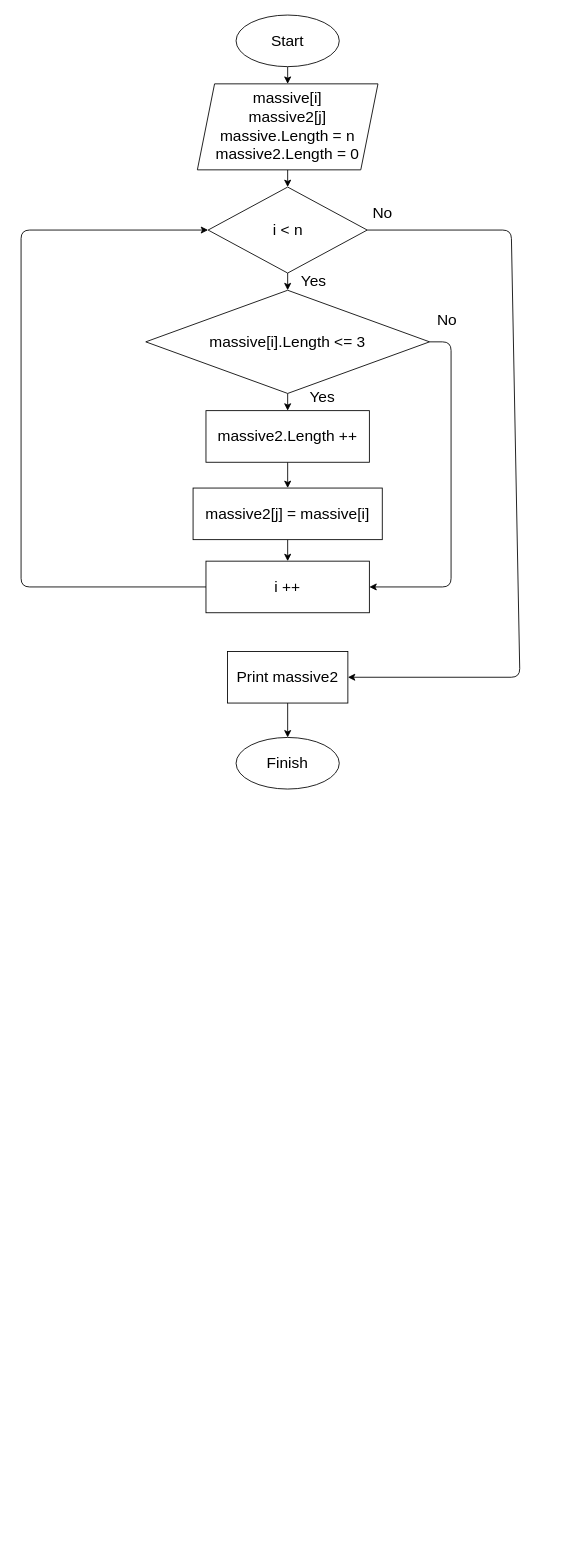
Before: blockDiagram.drawio in AndreiPolyanskiy/Control, a draw.io diagram. Source tidied: cells renumbered, new cells numbered last; positions are measured from the earlier drawing's top-left corner, leaving out a move shared by most shapes. Both pictures are drawn from the tidied source at 86%, with x=0, y=0 at pixel (21, 15).
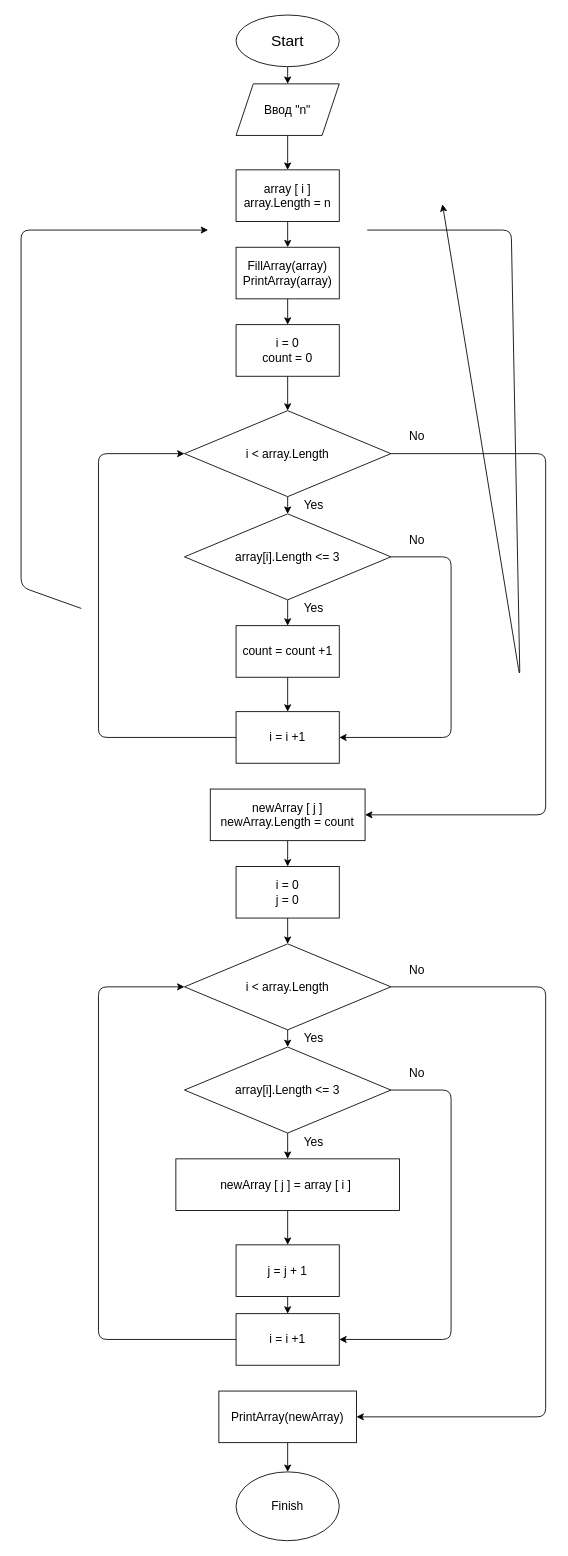
After the change.

Commit message:
Доработана блок схема к задаче

The change refers to these unchanged cells:
```xml
<mxCell id="3" value="&lt;font style=&quot;font-size: 18px&quot;&gt;Start&lt;/font&gt;" style="ellipse;whiteSpace=wrap;html=1;" parent="1" vertex="1">
  <mxGeometry x="250" width="120" height="60" as="geometry" />
</mxCell>
```

Diff of the diagram source:
```diff
@@
-    <mxCell id="2" style="edgeStyle=none;html=1;fontSize=18;" parent="1" edge="1" source="3" target="5">
-      <mxGeometry relative="1" as="geometry" />
+    <mxCell id="2" style="edgeStyle=none;html=1;fontSize=18;" parent="1" edge="1" source="3">
+      <mxGeometry relative="1" as="geometry">
+        <mxPoint x="310" y="80" as="targetPoint" />
+      </mxGeometry>
     </mxCell>
@@
-    <mxCell id="4" style="edgeStyle=none;html=1;fontSize=18;" parent="1" edge="1" source="5" target="7">
-      <mxGeometry relative="1" as="geometry" />
-    </mxCell>
-    <mxCell id="5" value="massive[i]&lt;br&gt;massive2[j]&lt;br&gt;massive.Length = n&lt;br&gt;massive2.Length = 0" style="shape=parallelogram;perimeter=parallelogramPerimeter;whiteSpace=wrap;html=1;fixedSize=1;fontSize=18;" parent="1" vertex="1">
-      <mxGeometry x="205" y="80" width="210" height="100" as="geometry" />
-    </mxCell>
-    <mxCell id="6" style="edgeStyle=none;html=1;fontSize=18;" parent="1" edge="1" source="7" target="9">
-      <mxGeometry relative="1" as="geometry" />
-    </mxCell>
-    <mxCell id="7" value="i &amp;lt; n" style="rhombus;whiteSpace=wrap;html=1;fontSize=18;" parent="1" vertex="1">
-      <mxGeometry x="217.5" y="200" width="185" height="100" as="geometry" />
-    </mxCell>
-    <mxCell id="8" style="edgeStyle=none;html=1;fontSize=18;" parent="1" edge="1" source="9" target="13">
-      <mxGeometry relative="1" as="geometry" />
-    </mxCell>
-    <mxCell id="9" value="&lt;span&gt;massive[i].Length &amp;lt;= 3&lt;/span&gt;" style="rhombus;whiteSpace=wrap;html=1;fontSize=18;" parent="1" vertex="1">
-      <mxGeometry x="145" y="320" width="330" height="120" as="geometry" />
-    </mxCell>
-    <mxCell id="10" style="edgeStyle=none;html=1;fontSize=18;" parent="1" edge="1" source="11" target="14">
-      <mxGeometry relative="1" as="geometry" />
-    </mxCell>
-    <mxCell id="11" value="&lt;span&gt;massive2[j] =&amp;nbsp;&lt;/span&gt;massive[i]" style="rounded=0;whiteSpace=wrap;html=1;fontSize=18;" parent="1" vertex="1">
-      <mxGeometry x="200" y="550" width="220" height="60" as="geometry" />
-    </mxCell>
-    <mxCell id="12" style="edgeStyle=none;html=1;fontSize=18;" parent="1" edge="1" source="13">
-      <mxGeometry relative="1" as="geometry">
-        <mxPoint x="310" y="550" as="targetPoint" />
-      </mxGeometry>
-    </mxCell>
-    <mxCell id="13" value="&lt;span&gt;massive2.Length ++&lt;/span&gt;" style="rounded=0;whiteSpace=wrap;html=1;fontSize=18;" parent="1" vertex="1">
-      <mxGeometry x="215" y="460" width="190" height="60" as="geometry" />
-    </mxCell>
-    <mxCell id="14" value="&lt;span&gt;i ++&lt;/span&gt;" style="rounded=0;whiteSpace=wrap;html=1;fontSize=18;" parent="1" vertex="1">
-      <mxGeometry x="215" y="635" width="190" height="60" as="geometry" />
-    </mxCell>
-    <mxCell id="15" style="edgeStyle=none;html=1;fontSize=18;" parent="1" edge="1" source="16" target="24">
-      <mxGeometry relative="1" as="geometry" />
-    </mxCell>
-    <mxCell id="16" value="Print massive2" style="rounded=0;whiteSpace=wrap;html=1;fontSize=18;" parent="1" vertex="1">
-      <mxGeometry x="240" y="740" width="140" height="60" as="geometry" />
-    </mxCell>
-    <mxCell id="17" style="endArrow=classic;html=1;fontSize=18;exitX=1;exitY=0.5;exitDx=0;exitDy=0;entryX=1;entryY=0.5;entryDx=0;entryDy=0;" parent="1" edge="1" source="7" target="16">
+    <mxCell id="17" style="endArrow=classic;html=1;fontSize=18;exitX=1;exitY=0.5;exitDx=0;exitDy=0;entryX=1;entryY=0.5;entryDx=0;entryDy=0;" parent="1" edge="1">
       <mxGeometry relative="1" as="geometry">
+        <mxPoint x="402.5" y="250" as="sourcePoint" />
+        <mxPoint x="490" y="220" as="targetPoint" />
         <Array as="points">
           <mxPoint x="570" y="250" />
           <mxPoint x="580" y="770" />
         </Array>
       </mxGeometry>
     </mxCell>
-    <mxCell id="18" style="endArrow=classic;html=1;fontSize=18;exitX=0;exitY=0.5;exitDx=0;exitDy=0;entryX=0;entryY=0.5;entryDx=0;entryDy=0;" parent="1" edge="1" source="14" target="7">
+    <mxCell id="18" style="endArrow=classic;html=1;fontSize=18;exitX=0;exitY=0.5;exitDx=0;exitDy=0;entryX=0;entryY=0.5;entryDx=0;entryDy=0;" parent="1" edge="1">
       <mxGeometry relative="1" as="geometry">
+        <mxPoint x="70" y="690" as="sourcePoint" />
+        <mxPoint x="217.5" y="250" as="targetPoint" />
         <Array as="points">
           <mxPoint y="665" />
           <mxPoint y="250" />
         </Array>
       </mxGeometry>
     </mxCell>
-    <mxCell id="19" value="Yes" style="text;html=1;align=center;verticalAlign=middle;strokeColor=none;fillColor=none;fontSize=18;" parent="1" vertex="1">
-      <mxGeometry x="320" y="295" width="40" height="30" as="geometry" />
-    </mxCell>
-    <mxCell id="20" value="No" style="text;html=1;align=center;verticalAlign=middle;strokeColor=none;fillColor=none;fontSize=18;" parent="1" vertex="1">
-      <mxGeometry x="400" y="215" width="40" height="30" as="geometry" />
-    </mxCell>
-    <mxCell id="21" value="Yes" style="text;html=1;align=center;verticalAlign=middle;strokeColor=none;fillColor=none;fontSize=18;" parent="1" vertex="1">
-      <mxGeometry x="330" y="430" width="40" height="30" as="geometry" />
-    </mxCell>
-    <mxCell id="22" style="endArrow=classic;html=1;fontSize=18;exitX=1;exitY=0.5;exitDx=0;exitDy=0;entryX=1;entryY=0.5;entryDx=0;entryDy=0;" parent="1" edge="1" source="9" target="14">
-      <mxGeometry relative="1" as="geometry">
-        <Array as="points">
-          <mxPoint x="500" y="380" />
-          <mxPoint x="500" y="665" />
-        </Array>
-      </mxGeometry>
-    </mxCell>
-    <mxCell id="23" value="No" style="text;html=1;align=center;verticalAlign=middle;strokeColor=none;fillColor=none;fontSize=18;" parent="1" vertex="1">
-      <mxGeometry x="475" y="340" width="40" height="30" as="geometry" />
-    </mxCell>
+    <mxCell id="25" style="edgeStyle=none;html=1;fontSize=14;" parent="1" edge="1" source="15" target="27">
+      <mxGeometry relative="1" as="geometry" />
+    </mxCell>
+    <mxCell id="15" value="Ввод &quot;n&quot;" style="shape=parallelogram;perimeter=parallelogramPerimeter;whiteSpace=wrap;html=1;fixedSize=1;fontSize=14;" parent="1" vertex="1">
+      <mxGeometry x="250" y="80" width="120" height="60" as="geometry" />
+    </mxCell>
+    <mxCell id="26" style="edgeStyle=none;html=1;fontSize=14;" parent="1" edge="1" source="27" target="29">
+      <mxGeometry relative="1" as="geometry" />
+    </mxCell>
+    <mxCell id="27" value="array [ i ]&lt;br&gt;array.Length = n" style="rounded=0;whiteSpace=wrap;html=1;fontSize=14;" parent="1" vertex="1">
+      <mxGeometry x="250" y="180" width="120" height="60" as="geometry" />
+    </mxCell>
+    <mxCell id="28" style="edgeStyle=none;html=1;fontSize=14;" parent="1" edge="1" source="29" target="31">
+      <mxGeometry relative="1" as="geometry" />
+    </mxCell>
+    <mxCell id="29" value="FillArray(array)&lt;br&gt;PrintArray(array)" style="rounded=0;whiteSpace=wrap;html=1;fontSize=14;" parent="1" vertex="1">
+      <mxGeometry x="250" y="270" width="120" height="60" as="geometry" />
+    </mxCell>
+    <mxCell id="30" style="edgeStyle=none;html=1;fontSize=14;" parent="1" edge="1" source="31" target="33">
+      <mxGeometry relative="1" as="geometry" />
+    </mxCell>
+    <mxCell id="31" value="i = 0&lt;br&gt;count = 0" style="rounded=0;whiteSpace=wrap;html=1;fontSize=14;" parent="1" vertex="1">
+      <mxGeometry x="250" y="360" width="120" height="60" as="geometry" />
+    </mxCell>
+    <mxCell id="32" style="edgeStyle=none;html=1;fontSize=14;" parent="1" edge="1" source="33" target="35">
+      <mxGeometry relative="1" as="geometry" />
+    </mxCell>
+    <mxCell id="33" value="i &amp;lt; array.Length" style="rhombus;whiteSpace=wrap;html=1;fontSize=14;" parent="1" vertex="1">
+      <mxGeometry x="190" y="460" width="240" height="100" as="geometry" />
+    </mxCell>
+    <mxCell id="34" style="edgeStyle=none;html=1;fontSize=14;" parent="1" edge="1" source="35" target="37">
+      <mxGeometry relative="1" as="geometry" />
+    </mxCell>
+    <mxCell id="35" value="array[i].Length &amp;lt;= 3" style="rhombus;whiteSpace=wrap;html=1;fontSize=14;" parent="1" vertex="1">
+      <mxGeometry x="190" y="580" width="240" height="100" as="geometry" />
+    </mxCell>
+    <mxCell id="36" style="edgeStyle=none;html=1;fontSize=14;" parent="1" edge="1" source="37" target="38">
+      <mxGeometry relative="1" as="geometry" />
+    </mxCell>
+    <mxCell id="37" value="count = count +1" style="rounded=0;whiteSpace=wrap;html=1;fontSize=14;" parent="1" vertex="1">
+      <mxGeometry x="250" y="710" width="120" height="60" as="geometry" />
+    </mxCell>
+    <mxCell id="38" value="i = i +1" style="rounded=0;whiteSpace=wrap;html=1;fontSize=14;" parent="1" vertex="1">
+      <mxGeometry x="250" y="810" width="120" height="60" as="geometry" />
+    </mxCell>
+    <mxCell id="39" style="endArrow=classic;html=1;fontSize=14;exitX=1;exitY=0.5;exitDx=0;exitDy=0;entryX=1;entryY=0.5;entryDx=0;entryDy=0;" parent="1" edge="1" source="35" target="38">
+      <mxGeometry relative="1" as="geometry">
+        <Array as="points">
+          <mxPoint x="500" y="630" />
+          <mxPoint x="500" y="840" />
+        </Array>
+      </mxGeometry>
+    </mxCell>
+    <mxCell id="40" style="endArrow=classic;html=1;fontSize=14;exitX=0;exitY=0.5;exitDx=0;exitDy=0;entryX=0;entryY=0.5;entryDx=0;entryDy=0;" parent="1" edge="1" source="38" target="33">
+      <mxGeometry relative="1" as="geometry">
+        <Array as="points">
+          <mxPoint x="90" y="840" />
+          <mxPoint x="90" y="510" />
+        </Array>
+      </mxGeometry>
+    </mxCell>
+    <mxCell id="41" value="Yes" style="text;html=1;align=center;verticalAlign=middle;strokeColor=none;fillColor=none;fontSize=14;" parent="1" vertex="1">
+      <mxGeometry x="320" y="560" width="40" height="20" as="geometry" />
+    </mxCell>
+    <mxCell id="42" value="Yes" style="text;html=1;align=center;verticalAlign=middle;strokeColor=none;fillColor=none;fontSize=14;" parent="1" vertex="1">
+      <mxGeometry x="320" y="680" width="40" height="20" as="geometry" />
+    </mxCell>
+    <mxCell id="43" value="No" style="text;html=1;align=center;verticalAlign=middle;strokeColor=none;fillColor=none;fontSize=14;" parent="1" vertex="1">
+      <mxGeometry x="445" y="480" width="30" height="20" as="geometry" />
+    </mxCell>
+    <mxCell id="44" value="No" style="text;html=1;align=center;verticalAlign=middle;strokeColor=none;fillColor=none;fontSize=14;" parent="1" vertex="1">
+      <mxGeometry x="445" y="600" width="30" height="20" as="geometry" />
+    </mxCell>
+    <mxCell id="45" style="edgeStyle=none;html=1;fontSize=14;" parent="1" edge="1" source="46" target="48">
+      <mxGeometry relative="1" as="geometry" />
+    </mxCell>
+    <mxCell id="46" value="newArray [ j ]&lt;br&gt;newArray.Length = count" style="rounded=0;whiteSpace=wrap;html=1;fontSize=14;" parent="1" vertex="1">
+      <mxGeometry x="220" y="900" width="180" height="60" as="geometry" />
+    </mxCell>
+    <mxCell id="47" style="edgeStyle=none;html=1;fontSize=14;" parent="1" edge="1" source="48" target="51">
+      <mxGeometry relative="1" as="geometry" />
+    </mxCell>
+    <mxCell id="48" value="i = 0&lt;br&gt;j = 0" style="rounded=0;whiteSpace=wrap;html=1;fontSize=14;" parent="1" vertex="1">
+      <mxGeometry x="250" y="990" width="120" height="60" as="geometry" />
+    </mxCell>
+    <mxCell id="49" style="endArrow=classic;html=1;fontSize=14;exitX=1;exitY=0.5;exitDx=0;exitDy=0;entryX=1;entryY=0.5;entryDx=0;entryDy=0;" parent="1" edge="1" source="33" target="46">
+      <mxGeometry relative="1" as="geometry">
+        <Array as="points">
+          <mxPoint x="610" y="510" />
+          <mxPoint x="610" y="930" />
+        </Array>
+      </mxGeometry>
+    </mxCell>
+    <mxCell id="50" style="edgeStyle=none;html=1;fontSize=14;" parent="1" edge="1" source="51" target="53">
+      <mxGeometry relative="1" as="geometry" />
+    </mxCell>
+    <mxCell id="51" value="i &amp;lt; array.Length" style="rhombus;whiteSpace=wrap;html=1;fontSize=14;" parent="1" vertex="1">
+      <mxGeometry x="190" y="1080" width="240" height="100" as="geometry" />
+    </mxCell>
+    <mxCell id="52" style="edgeStyle=none;html=1;fontSize=14;" parent="1" edge="1" source="53" target="55">
+      <mxGeometry relative="1" as="geometry" />
+    </mxCell>
+    <mxCell id="53" value="array[i].Length &amp;lt;= 3" style="rhombus;whiteSpace=wrap;html=1;fontSize=14;" parent="1" vertex="1">
+      <mxGeometry x="190" y="1200" width="240" height="100" as="geometry" />
+    </mxCell>
+    <mxCell id="54" style="edgeStyle=none;html=1;fontSize=14;" parent="1" edge="1" source="55" target="64">
+      <mxGeometry relative="1" as="geometry" />
+    </mxCell>
+    <mxCell id="55" value="newArray [ j ] = array [ i ]&amp;nbsp;" style="rounded=0;whiteSpace=wrap;html=1;fontSize=14;" parent="1" vertex="1">
+      <mxGeometry x="180" y="1330" width="260" height="60" as="geometry" />
+    </mxCell>
+    <mxCell id="56" style="endArrow=classic;html=1;fontSize=14;exitX=1;exitY=0.5;exitDx=0;exitDy=0;entryX=1;entryY=0.5;entryDx=0;entryDy=0;" parent="1" edge="1" source="53" target="65">
+      <mxGeometry relative="1" as="geometry">
+        <Array as="points">
+          <mxPoint x="500" y="1250" />
+          <mxPoint x="500" y="1540" />
+        </Array>
+      </mxGeometry>
+    </mxCell>
+    <mxCell id="57" style="endArrow=classic;html=1;fontSize=14;exitX=0;exitY=0.5;exitDx=0;exitDy=0;entryX=0;entryY=0.5;entryDx=0;entryDy=0;" parent="1" edge="1" source="65" target="51">
+      <mxGeometry relative="1" as="geometry">
+        <Array as="points">
+          <mxPoint x="90" y="1540" />
+          <mxPoint x="90" y="1130" />
+        </Array>
+      </mxGeometry>
+    </mxCell>
+    <mxCell id="58" value="Yes" style="text;html=1;align=center;verticalAlign=middle;strokeColor=none;fillColor=none;fontSize=14;" parent="1" vertex="1">
+      <mxGeometry x="320" y="1180" width="40" height="20" as="geometry" />
+    </mxCell>
+    <mxCell id="59" value="Yes" style="text;html=1;align=center;verticalAlign=middle;strokeColor=none;fillColor=none;fontSize=14;" parent="1" vertex="1">
+      <mxGeometry x="320" y="1300" width="40" height="20" as="geometry" />
+    </mxCell>
+    <mxCell id="60" value="No" style="text;html=1;align=center;verticalAlign=middle;strokeColor=none;fillColor=none;fontSize=14;" parent="1" vertex="1">
+      <mxGeometry x="445" y="1100" width="30" height="20" as="geometry" />
+    </mxCell>
+    <mxCell id="61" value="No" style="text;html=1;align=center;verticalAlign=middle;strokeColor=none;fillColor=none;fontSize=14;" parent="1" vertex="1">
+      <mxGeometry x="445" y="1220" width="30" height="20" as="geometry" />
+    </mxCell>
+    <mxCell id="62" style="endArrow=classic;html=1;fontSize=14;exitX=1;exitY=0.5;exitDx=0;exitDy=0;entryX=1;entryY=0.5;entryDx=0;entryDy=0;" parent="1" edge="1" source="51" target="67">
+      <mxGeometry relative="1" as="geometry">
+        <Array as="points">
+          <mxPoint x="610" y="1130" />
+          <mxPoint x="610" y="1630" />
+        </Array>
+      </mxGeometry>
+    </mxCell>
+    <mxCell id="63" style="edgeStyle=none;html=1;fontSize=14;" parent="1" edge="1" source="64" target="65">
+      <mxGeometry relative="1" as="geometry" />
+    </mxCell>
+    <mxCell id="64" value="j = j + 1" style="rounded=0;whiteSpace=wrap;html=1;fontSize=14;" parent="1" vertex="1">
+      <mxGeometry x="250" y="1430" width="120" height="60" as="geometry" />
+    </mxCell>
+    <mxCell id="65" value="i = i +1" style="rounded=0;whiteSpace=wrap;html=1;fontSize=14;" parent="1" vertex="1">
+      <mxGeometry x="250" y="1510" width="120" height="60" as="geometry" />
+    </mxCell>
+    <mxCell id="66" style="edgeStyle=none;html=1;fontSize=14;" parent="1" edge="1" source="67" target="24">
+      <mxGeometry relative="1" as="geometry" />
+    </mxCell>
+    <mxCell id="67" value="PrintArray(newArray)" style="rounded=0;whiteSpace=wrap;html=1;fontSize=14;" parent="1" vertex="1">
+      <mxGeometry x="230" y="1600" width="160" height="60" as="geometry" />
+    </mxCell>
-    <mxCell id="24" value="&lt;font style=&quot;font-size: 18px&quot;&gt;Finish&lt;/font&gt;" style="ellipse;whiteSpace=wrap;html=1;" parent="1" vertex="1">
-      <mxGeometry x="250" y="840" width="120" height="60" as="geometry" />
+    <mxCell id="24" value="Finish" style="ellipse;whiteSpace=wrap;html=1;fontSize=14;" parent="1" vertex="1">
+      <mxGeometry x="250" y="1694" width="120" height="80" as="geometry" />
     </mxCell>
```
